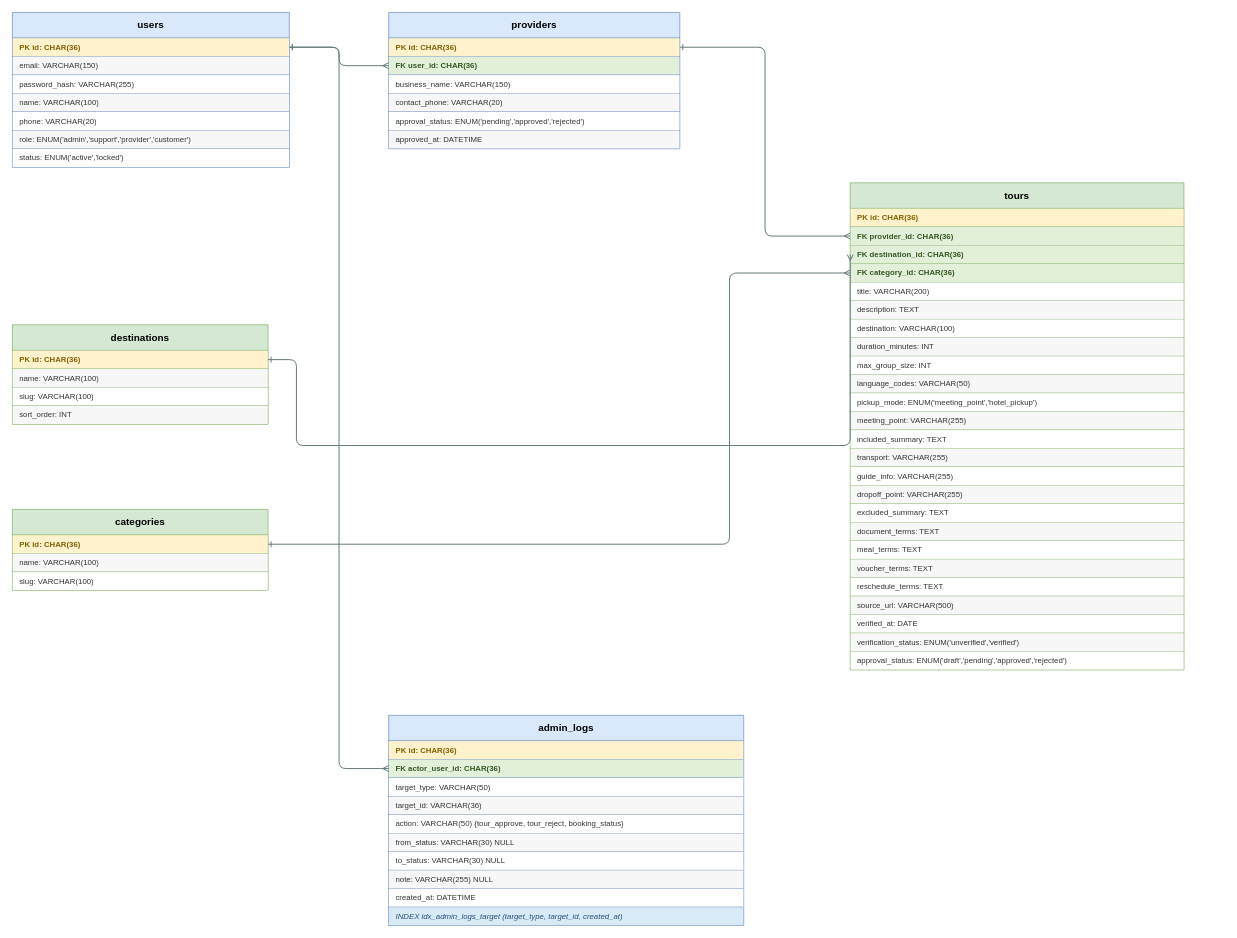
Before: page "01 Core & Catalog" (1 of 6) of docs/diagram/localtour-erd.drawio in kannar04/LocalTour_Project, a draw.io diagram. Source tidied: cells renumbered, new cells numbered last; positions are measured from the earlier drawing's top-left corner, leaving out a move shared by most shapes. Both pictures are drawn from the tidied source at 71%, with x=0, y=0 at pixel (12, 12).
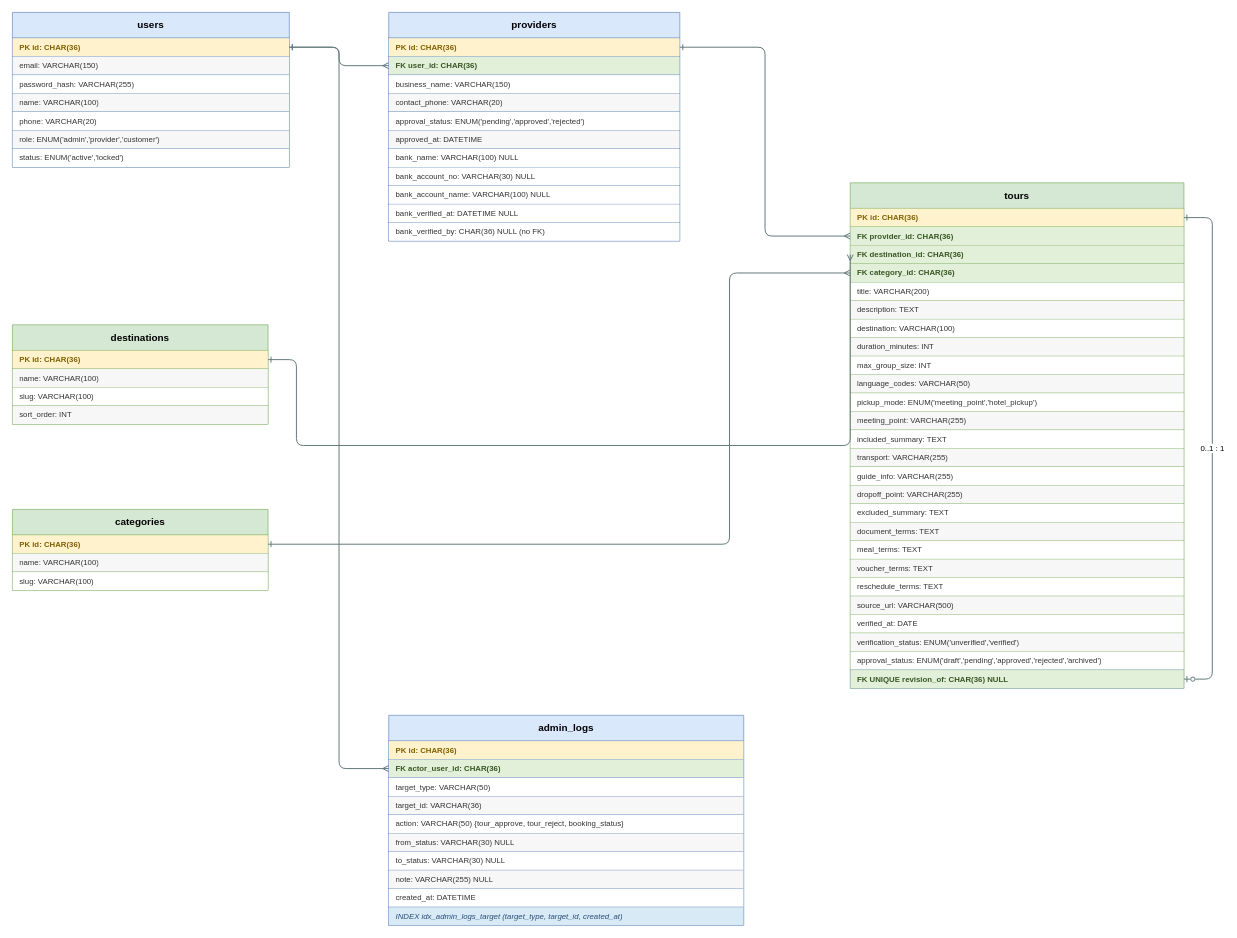
Above is the later version.

The change refers to these unchanged cells:
```xml
<mxCell id="14" value="PK id: CHAR(36)" style="text;html=1;align=left;verticalAlign=middle;spacingLeft=8;whiteSpace=wrap;overflow=hidden;fillColor=#fff2cc;strokeColor=#82b366;strokeWidth=0.5;fontSize=11;fontStyle=1;fontColor=#7f6000;" parent="13" vertex="1">
  <mxGeometry y="36" width="470" height="26" as="geometry" />
</mxCell>
<mxCell id="51" value="users" style="swimlane;startSize=36;horizontal=1;rounded=0;html=1;whiteSpace=wrap;fontStyle=1;fontSize=14;align=center;verticalAlign=middle;fillColor=#dae8fc;strokeColor=#6c8ebf;swimlaneFillColor=#ffffff;" parent="1" vertex="1">
  <mxGeometry width="390" height="218" as="geometry" />
</mxCell>
```

Diff of the diagram source:
```diff
@@
     <mxCell id="13" value="tours" style="swimlane;startSize=36;horizontal=1;rounded=0;html=1;whiteSpace=wrap;fontStyle=1;fontSize=14;align=center;verticalAlign=middle;fillColor=#d5e8d4;strokeColor=#82b366;swimlaneFillColor=#ffffff;" parent="1" vertex="1">
-      <mxGeometry x="1180" y="240" width="470" height="686" as="geometry" />
+      <mxGeometry x="1180" y="240" width="470" height="712" as="geometry" />
     </mxCell>
@@
-    <mxCell id="38" value="approval_status: ENUM('draft','pending','approved','rejected')" style="text;html=1;align=left;verticalAlign=middle;spacingLeft=8;whiteSpace=wrap;overflow=hidden;fillColor=#ffffff;strokeColor=#82b366;strokeWidth=0.5;fontSize=11;fontStyle=0;fontColor=#333333;" parent="13" vertex="1">
+    <mxCell id="38" value="approval_status: ENUM('draft','pending','approved','rejected','archived')" style="text;html=1;align=left;verticalAlign=middle;spacingLeft=8;whiteSpace=wrap;overflow=hidden;fillColor=#ffffff;strokeColor=#82b366;strokeWidth=0.5;fontSize=11;fontStyle=0;fontColor=#333333;" parent="13" vertex="1">
       <mxGeometry y="660" width="470" height="26" as="geometry" />
     </mxCell>
+    <mxCell id="68" value="FK UNIQUE revision_of: CHAR(36) NULL" style="text;html=1;align=left;verticalAlign=middle;spacingLeft=8;whiteSpace=wrap;overflow=hidden;fillColor=#ffffff;strokeColor=#6c8ebf;strokeWidth=0.5;fontSize=11;fontColor=#333333;fillColor=#e2f0d9;fontStyle=1;fontColor=#375623;" parent="13" vertex="1">
+      <mxGeometry y="686" width="470" height="26" as="geometry" />
+    </mxCell>
@@
     <mxCell id="44" value="providers" style="swimlane;startSize=36;horizontal=1;rounded=0;html=1;whiteSpace=wrap;fontStyle=1;fontSize=14;align=center;verticalAlign=middle;fillColor=#dae8fc;strokeColor=#6c8ebf;swimlaneFillColor=#ffffff;" parent="1" vertex="1">
-      <mxGeometry x="530" width="410" height="192" as="geometry" />
+      <mxGeometry x="530" width="410" height="322" as="geometry" />
     </mxCell>
@@
+    <mxCell id="69" value="bank_name: VARCHAR(100) NULL" style="text;html=1;align=left;verticalAlign=middle;spacingLeft=8;whiteSpace=wrap;overflow=hidden;fillColor=#ffffff;strokeColor=#6c8ebf;strokeWidth=0.5;fontSize=11;fontColor=#333333;" parent="44" vertex="1">
+      <mxGeometry y="192" width="410" height="26" as="geometry" />
+    </mxCell>
+    <mxCell id="70" value="bank_account_no: VARCHAR(30) NULL" style="text;html=1;align=left;verticalAlign=middle;spacingLeft=8;whiteSpace=wrap;overflow=hidden;fillColor=#ffffff;strokeColor=#6c8ebf;strokeWidth=0.5;fontSize=11;fontColor=#333333;" parent="44" vertex="1">
+      <mxGeometry y="218" width="410" height="26" as="geometry" />
+    </mxCell>
+    <mxCell id="71" value="bank_account_name: VARCHAR(100) NULL" style="text;html=1;align=left;verticalAlign=middle;spacingLeft=8;whiteSpace=wrap;overflow=hidden;fillColor=#ffffff;strokeColor=#6c8ebf;strokeWidth=0.5;fontSize=11;fontColor=#333333;" parent="44" vertex="1">
+      <mxGeometry y="244" width="410" height="26" as="geometry" />
+    </mxCell>
+    <mxCell id="72" value="bank_verified_at: DATETIME NULL" style="text;html=1;align=left;verticalAlign=middle;spacingLeft=8;whiteSpace=wrap;overflow=hidden;fillColor=#ffffff;strokeColor=#6c8ebf;strokeWidth=0.5;fontSize=11;fontColor=#333333;" parent="44" vertex="1">
+      <mxGeometry y="270" width="410" height="26" as="geometry" />
+    </mxCell>
+    <mxCell id="73" value="bank_verified_by: CHAR(36) NULL (no FK)" style="text;html=1;align=left;verticalAlign=middle;spacingLeft=8;whiteSpace=wrap;overflow=hidden;fillColor=#ffffff;strokeColor=#6c8ebf;strokeWidth=0.5;fontSize=11;fontColor=#333333;" parent="44" vertex="1">
+      <mxGeometry y="296" width="410" height="26" as="geometry" />
+    </mxCell>
@@
-    <mxCell id="57" value="role: ENUM('admin','support','provider','customer')" style="text;html=1;align=left;verticalAlign=middle;spacingLeft=8;whiteSpace=wrap;overflow=hidden;fillColor=#f7f7f7;strokeColor=#6c8ebf;strokeWidth=0.5;fontSize=11;fontStyle=0;fontColor=#333333;" parent="51" vertex="1">
+    <mxCell id="57" value="role: ENUM('admin','provider','customer')" style="text;html=1;align=left;verticalAlign=middle;spacingLeft=8;whiteSpace=wrap;overflow=hidden;fillColor=#f7f7f7;strokeColor=#6c8ebf;strokeWidth=0.5;fontSize=11;fontStyle=0;fontColor=#333333;" parent="51" vertex="1">
       <mxGeometry y="166" width="390" height="26" as="geometry" />
     </mxCell>
@@
+    <mxCell id="74" value="0..1 : 1" style="edgeStyle=orthogonalEdgeStyle;rounded=1;jettySize=auto;html=1;strokeWidth=1.4;strokeColor=#64797A;startArrow=ERzeroToOne;startFill=0;endArrow=ERone;endFill=0;exitX=1;exitY=0.5;entryX=1;entryY=0.5;" parent="1" edge="1" source="68" target="14">
+      <mxGeometry relative="1" as="geometry">
+        <Array as="points">
+          <mxPoint x="1690" y="939" />
+          <mxPoint x="1690" y="289" />
+        </Array>
+      </mxGeometry>
+    </mxCell>
```
